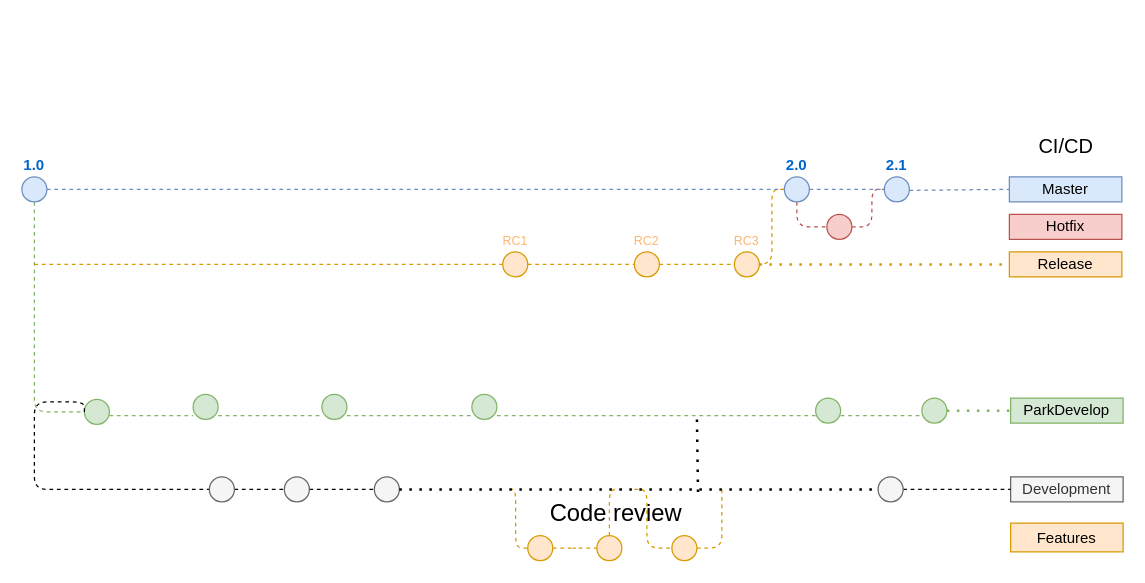
Earlier version of the draw.io diagram Untitled Diagram.drawio (S-IceBear/S-IceBear). Source tidied: cells renumbered, new cells numbered last; positions are measured from the earlier drawing's top-left corner, leaving out a move shared by most shapes. Both pictures are drawn from the tidied source at 125%, with x=0, y=0 at pixel (21, 126).
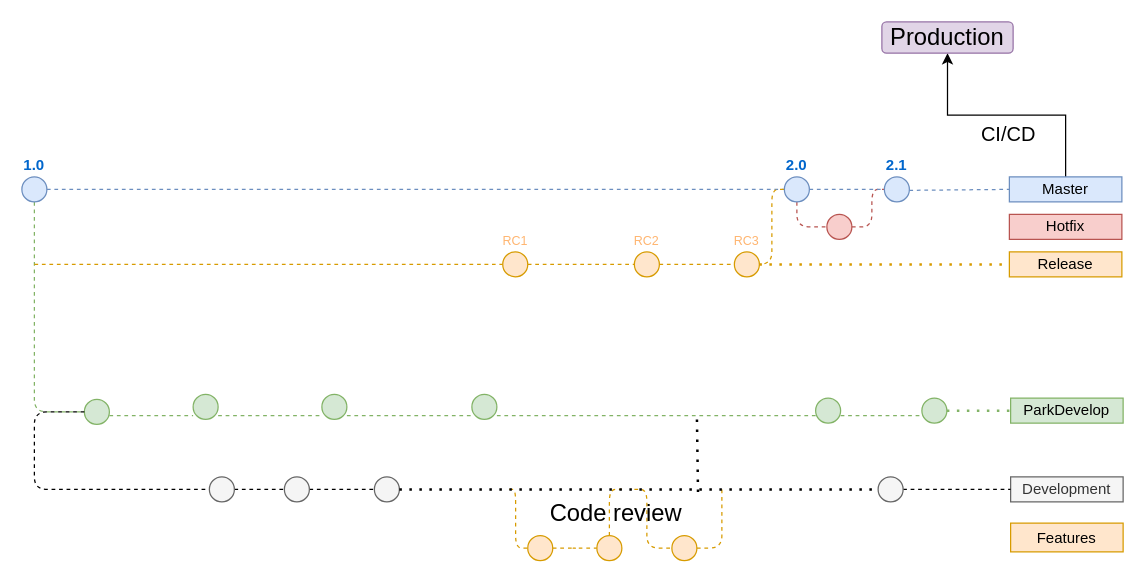
The same diagram, later.

The change refers to these unchanged cells:
```xml
<mxCell id="5" value="Master" style="text;html=1;strokeColor=#6c8ebf;fillColor=#dae8fc;align=center;verticalAlign=middle;whiteSpace=wrap;rounded=0;" parent="1" vertex="1">
  <mxGeometry x="790" y="40" width="90" height="20" as="geometry" />
</mxCell>
<mxCell id="12" style="ellipse;whiteSpace=wrap;html=1;fillColor=#d5e8d4;strokeColor=#82b366;" parent="1" vertex="1">
  <mxGeometry x="50" y="218" width="20" height="20" as="geometry" />
</mxCell>
<mxCell id="32" style="ellipse;whiteSpace=wrap;html=1;fontSize=10;fontColor=#333333;fillColor=#f5f5f5;strokeColor=#666666;" parent="1" vertex="1">
  <mxGeometry x="150" y="280" width="20" height="20" as="geometry" />
</mxCell>
```

Diff of the diagram source:
```diff
@@
+    <mxCell id="57" style="edgeStyle=orthogonalEdgeStyle;rounded=0;jettySize=auto;html=1;" parent="1" edge="1" source="5" target="58">
+      <mxGeometry relative="1" as="geometry" />
+    </mxCell>
@@
     <mxCell id="29" style="edgeStyle=orthogonalEdgeStyle;rounded=1;jettySize=auto;html=1;dashed=1;endArrow=none;endFill=0;fontSize=12;fontColor=#FFB570;exitX=0;exitY=0.5;exitDx=0;exitDy=0;" parent="1" edge="1" source="12" target="32">
       <mxGeometry relative="1" as="geometry">
         <Array as="points">
-          <mxPoint x="50" y="220" />
-          <mxPoint x="10" y="220" />
+          <mxPoint x="10" y="228" />
           <mxPoint x="10" y="290" />
         </Array>
       </mxGeometry>
     </mxCell>
@@
     <mxCell id="51" value="&lt;font style=&quot;font-size: 16px;&quot;&gt;CI/CD&lt;/font&gt;" style="text;html=1;align=center;verticalAlign=middle;strokeColor=none;fillColor=none;" parent="1" vertex="1">
-      <mxGeometry x="800" width="70" height="30" as="geometry" />
+      <mxGeometry x="754" y="-9" width="70" height="30" as="geometry" />
     </mxCell>
@@
-    <mxCell id="55" value="&lt;font style=&quot;font-size: 19px;&quot;&gt;Code review&lt;/font&gt;" style="text;html=1;align=center;verticalAlign=middle;points=[];strokeColor=none;fillColor=none;" parent="1" vertex="1">
+    <mxCell id="55" value="&lt;font style=&quot;font-size: 19px;&quot;&gt;Code review&lt;/font&gt;" style="text;html=1;align=center;verticalAlign=middle;points=[];" parent="1" vertex="1">
       <mxGeometry x="410" y="290" width="130" height="40" as="geometry" />
     </mxCell>
@@
+    <mxCell id="58" value="&lt;font style=&quot;font-size: 19px;&quot;&gt;Production&lt;/font&gt;" style="rounded=1;whiteSpace=wrap;html=1;fillColor=#e1d5e7;strokeColor=#9673a6;" parent="1" vertex="1">
+      <mxGeometry x="688" y="-84" width="105" height="25" as="geometry" />
+    </mxCell>
```
